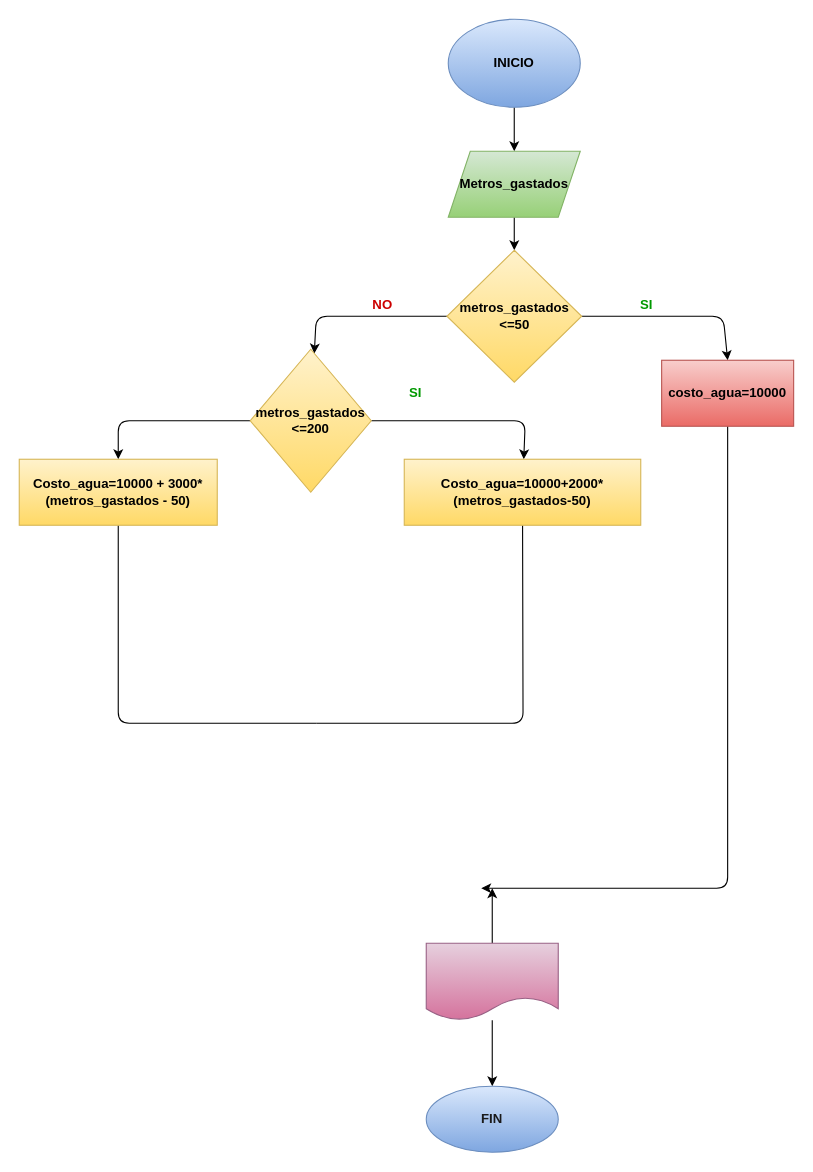
Above: Ejercicio_5/diagrama.drawio in axlynaylyngarcia/Ejercicios_condicionales- (draw.io), before the change. Source tidied: cells renumbered, new cells numbered last; positions are measured from the earlier drawing's top-left corner, leaving out a move shared by most shapes. Both pictures are drawn from the tidied source at 110%, with x=0, y=0 at pixel (19, 19).
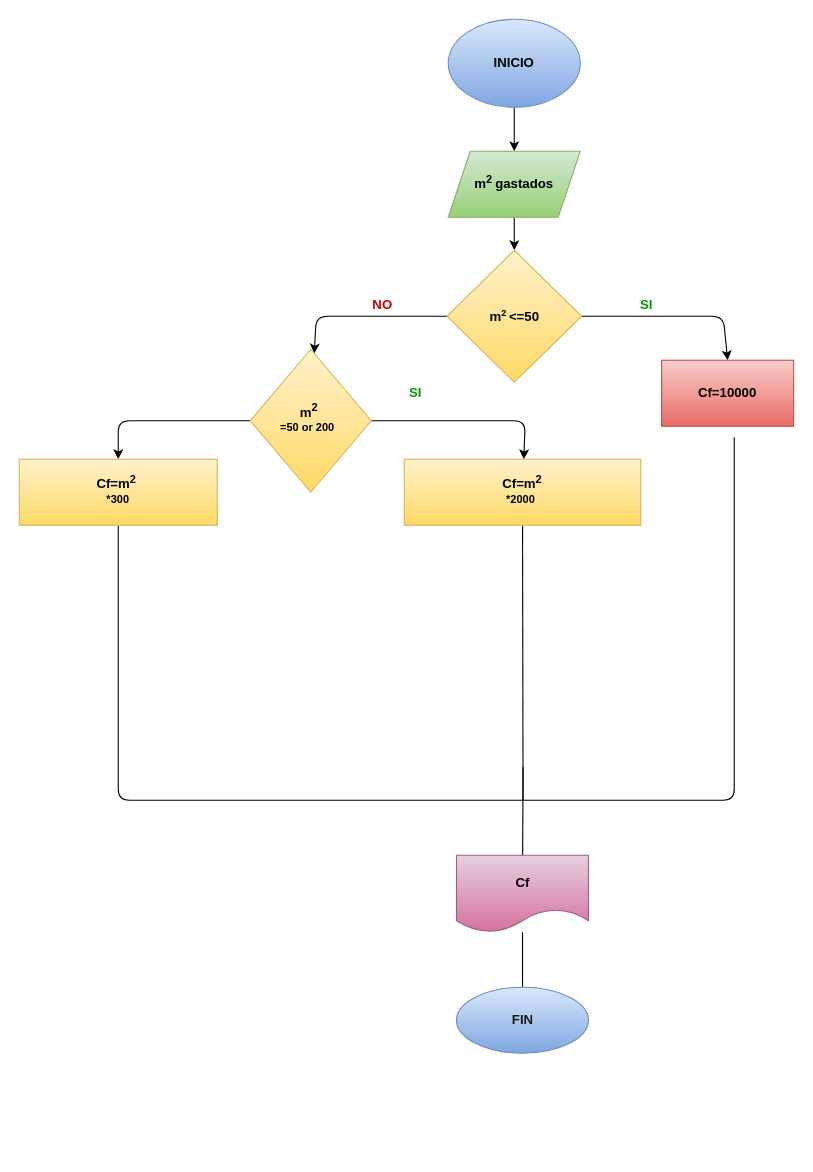
The same page after the edit.

What changed in the source:
```diff
@@
-    <mxCell id="5" value="&lt;b&gt;&lt;font color=&quot;#000000&quot;&gt;Metros_gastados&lt;/font&gt;&lt;/b&gt;" style="shape=parallelogram;perimeter=parallelogramPerimeter;whiteSpace=wrap;html=1;fixedSize=1;fillColor=#d5e8d4;strokeColor=#82b366;gradientColor=#97d077;" parent="1" vertex="1">
+    <mxCell id="5" value="&lt;b&gt;&lt;font color=&quot;#000000&quot;&gt;m&lt;sup&gt;2&lt;/sup&gt;&lt;sub&gt; &lt;/sub&gt;gastados&lt;/font&gt;&lt;/b&gt;" style="shape=parallelogram;perimeter=parallelogramPerimeter;whiteSpace=wrap;html=1;fixedSize=1;fillColor=#d5e8d4;strokeColor=#82b366;gradientColor=#97d077;" parent="1" vertex="1">
       <mxGeometry x="390" y="120" width="120" height="60" as="geometry" />
     </mxCell>
@@
-    <mxCell id="8" value="&lt;font color=&quot;#000000&quot;&gt;&lt;b&gt;metros_gastados&lt;br&gt;&amp;lt;=50&lt;br&gt;&lt;/b&gt;&lt;/font&gt;" style="rhombus;whiteSpace=wrap;html=1;fillColor=#fff2cc;strokeColor=#d6b656;gradientColor=#ffd966;" parent="1" vertex="1">
+    <mxCell id="8" value="&lt;font color=&quot;#000000&quot;&gt;&lt;b&gt;m&lt;span style=&quot;font-size: 10px&quot;&gt;&lt;sup&gt;2&amp;nbsp;&lt;/sup&gt;&lt;/span&gt;&amp;lt;=50&lt;br&gt;&lt;/b&gt;&lt;/font&gt;" style="rhombus;whiteSpace=wrap;html=1;fillColor=#fff2cc;strokeColor=#d6b656;gradientColor=#ffd966;" parent="1" vertex="1">
       <mxGeometry x="388.8" y="210" width="122.5" height="120" as="geometry" />
     </mxCell>
-    <mxCell id="9" style="edgeStyle=none;html=1;fontColor=#000000;" parent="1" edge="1" source="10">
-      <mxGeometry relative="1" as="geometry">
-        <mxPoint x="420" y="790" as="targetPoint" />
-        <Array as="points">
-          <mxPoint x="644" y="790" />
-        </Array>
-      </mxGeometry>
-    </mxCell>
-    <mxCell id="10" value="&lt;b&gt;&lt;font color=&quot;#000000&quot;&gt;costo_agua=10000&lt;/font&gt;&lt;/b&gt;" style="whiteSpace=wrap;html=1;fillColor=#f8cecc;strokeColor=#b85450;gradientColor=#ea6b66;" parent="1" vertex="1">
+    <mxCell id="10" value="&lt;b&gt;&lt;font color=&quot;#000000&quot;&gt;Cf=10000&lt;/font&gt;&lt;/b&gt;" style="whiteSpace=wrap;html=1;fillColor=#f8cecc;strokeColor=#b85450;gradientColor=#ea6b66;" parent="1" vertex="1">
       <mxGeometry x="584" y="310" width="120" height="60" as="geometry" />
     </mxCell>
@@
-    <mxCell id="14" value="&lt;b&gt;&lt;font color=&quot;#000000&quot;&gt;metros_gastados&lt;br&gt;&amp;lt;=200&lt;br&gt;&lt;/font&gt;&lt;/b&gt;" style="rhombus;whiteSpace=wrap;html=1;fillColor=#fff2cc;strokeColor=#d6b656;gradientColor=#ffd966;" parent="1" vertex="1">
+    <mxCell id="14" value="&lt;b&gt;&lt;font color=&quot;#000000&quot;&gt;m&lt;sup&gt;2&amp;nbsp;&lt;br&gt;=50 or 200&amp;nbsp;&amp;nbsp;&lt;/sup&gt;&lt;br&gt;&lt;/font&gt;&lt;/b&gt;" style="rhombus;whiteSpace=wrap;html=1;fillColor=#fff2cc;strokeColor=#d6b656;gradientColor=#ffd966;" parent="1" vertex="1">
       <mxGeometry x="210" y="300" width="110" height="130" as="geometry" />
     </mxCell>
@@
-    <mxCell id="16" style="edgeStyle=none;html=1;endArrow=none;endFill=0;" parent="1" edge="1" source="17">
-      <mxGeometry relative="1" as="geometry">
-        <mxPoint x="270" y="640" as="targetPoint" />
-        <Array as="points">
-          <mxPoint x="458" y="640" />
-        </Array>
-      </mxGeometry>
-    </mxCell>
+    <mxCell id="25" style="edgeStyle=none;html=1;fontColor=#000000;endArrow=none;endFill=0;" parent="1" edge="1" source="17">
+      <mxGeometry relative="1" as="geometry">
+        <mxPoint x="458" y="710" as="targetPoint" />
+      </mxGeometry>
+    </mxCell>
-    <mxCell id="17" value="&lt;b&gt;&lt;font color=&quot;#000000&quot;&gt;Costo_agua=10000+2000*(metros_gastados-50)&lt;/font&gt;&lt;/b&gt;" style="whiteSpace=wrap;html=1;fillColor=#fff2cc;strokeColor=#d6b656;gradientColor=#ffd966;" parent="1" vertex="1">
+    <mxCell id="17" value="&lt;font color=&quot;#000000&quot;&gt;&lt;b&gt;Cf=m&lt;sup&gt;2&lt;br&gt;*2000&amp;nbsp;&lt;/sup&gt;&lt;/b&gt;&lt;/font&gt;" style="whiteSpace=wrap;html=1;fillColor=#fff2cc;strokeColor=#d6b656;gradientColor=#ffd966;" parent="1" vertex="1">
       <mxGeometry x="350" y="400" width="215" height="60" as="geometry" />
     </mxCell>
@@
-    <mxCell id="19" style="edgeStyle=none;html=1;endArrow=none;endFill=0;" parent="1" edge="1" source="20">
+    <mxCell id="19" style="edgeStyle=none;html=1;fontColor=#000000;endArrow=none;endFill=0;" parent="1" edge="1" source="20">
       <mxGeometry relative="1" as="geometry">
-        <mxPoint x="270" y="640" as="targetPoint" />
+        <mxPoint x="650" y="380" as="targetPoint" />
         <Array as="points">
-          <mxPoint x="90" y="640" />
+          <mxPoint x="90" y="710" />
+          <mxPoint x="650" y="710" />
         </Array>
       </mxGeometry>
     </mxCell>
-    <mxCell id="20" value="&lt;b&gt;&lt;font color=&quot;#000000&quot;&gt;Costo_agua=10000 + 3000* (metros_gastados - 50)&lt;/font&gt;&lt;/b&gt;" style="whiteSpace=wrap;html=1;fillColor=#fff2cc;strokeColor=#d6b656;gradientColor=#ffd966;" parent="1" vertex="1">
+    <mxCell id="20" value="&lt;font color=&quot;#000000&quot;&gt;&lt;b&gt;Cf=m&lt;sup&gt;2&amp;nbsp;&lt;br&gt;*300&lt;br&gt;&lt;/sup&gt;&lt;/b&gt;&lt;/font&gt;" style="whiteSpace=wrap;html=1;fillColor=#fff2cc;strokeColor=#d6b656;gradientColor=#ffd966;" parent="1" vertex="1">
       <mxGeometry y="400" width="180" height="60" as="geometry" />
     </mxCell>
-    <mxCell id="21" style="edgeStyle=none;html=1;fontColor=#000000;" parent="1" edge="1" source="23">
-      <mxGeometry relative="1" as="geometry">
-        <mxPoint x="430" y="790" as="targetPoint" />
-      </mxGeometry>
-    </mxCell>
+    <mxCell id="26" style="edgeStyle=none;html=1;fontColor=#000000;endArrow=none;endFill=0;" parent="1" edge="1" source="23">
+      <mxGeometry relative="1" as="geometry">
+        <mxPoint x="458" y="680" as="targetPoint" />
+      </mxGeometry>
+    </mxCell>
-    <mxCell id="22" style="edgeStyle=none;html=1;fontColor=#000000;" parent="1" edge="1" source="23" target="24">
+    <mxCell id="22" style="edgeStyle=none;html=1;fontColor=#000000;endArrow=none;endFill=0;entryX=0.5;entryY=0;entryDx=0;entryDy=0;" parent="1" edge="1" source="23" target="24">
       <mxGeometry relative="1" as="geometry" />
     </mxCell>
-    <mxCell id="23" style="shape=document;whiteSpace=wrap;html=1;boundedLbl=1;fillColor=#e6d0de;gradientColor=#d5739d;strokeColor=#996185;" parent="1" vertex="1">
-      <mxGeometry x="370" y="840" width="120" height="70" as="geometry" />
+    <mxCell id="23" value="&lt;b&gt;&lt;font color=&quot;#000000&quot;&gt;Cf&lt;/font&gt;&lt;/b&gt;" style="shape=document;whiteSpace=wrap;html=1;boundedLbl=1;fillColor=#e6d0de;gradientColor=#d5739d;strokeColor=#996185;" parent="1" vertex="1">
+      <mxGeometry x="397.5" y="760" width="120" height="70" as="geometry" />
     </mxCell>
     <mxCell id="24" value="&lt;b&gt;&lt;font color=&quot;#1a1a1a&quot;&gt;FIN&lt;/font&gt;&lt;/b&gt;" style="ellipse;whiteSpace=wrap;html=1;fillColor=#dae8fc;gradientColor=#7ea6e0;strokeColor=#6c8ebf;" parent="1" vertex="1">
-      <mxGeometry x="370" y="970" width="120" height="60" as="geometry" />
+      <mxGeometry x="397.5" y="880" width="120" height="60" as="geometry" />
     </mxCell>
```
